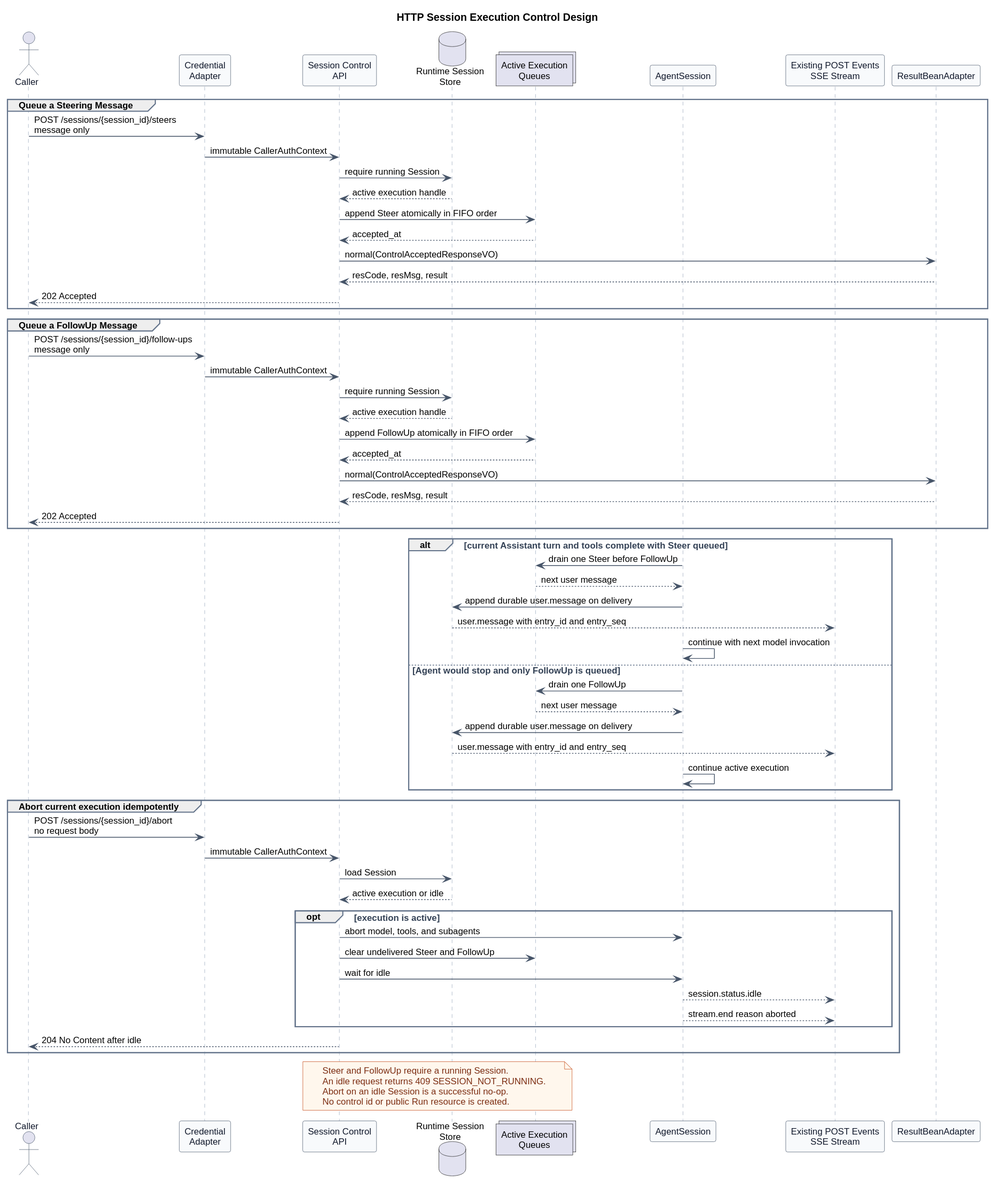
Earlier version of the PlantUML export pi-mono-java-manager-driven-multi-agent-runtime/diagrams/execution-control/http_session_execution_controls.svg (ssm0808/pi-mono-java-design).
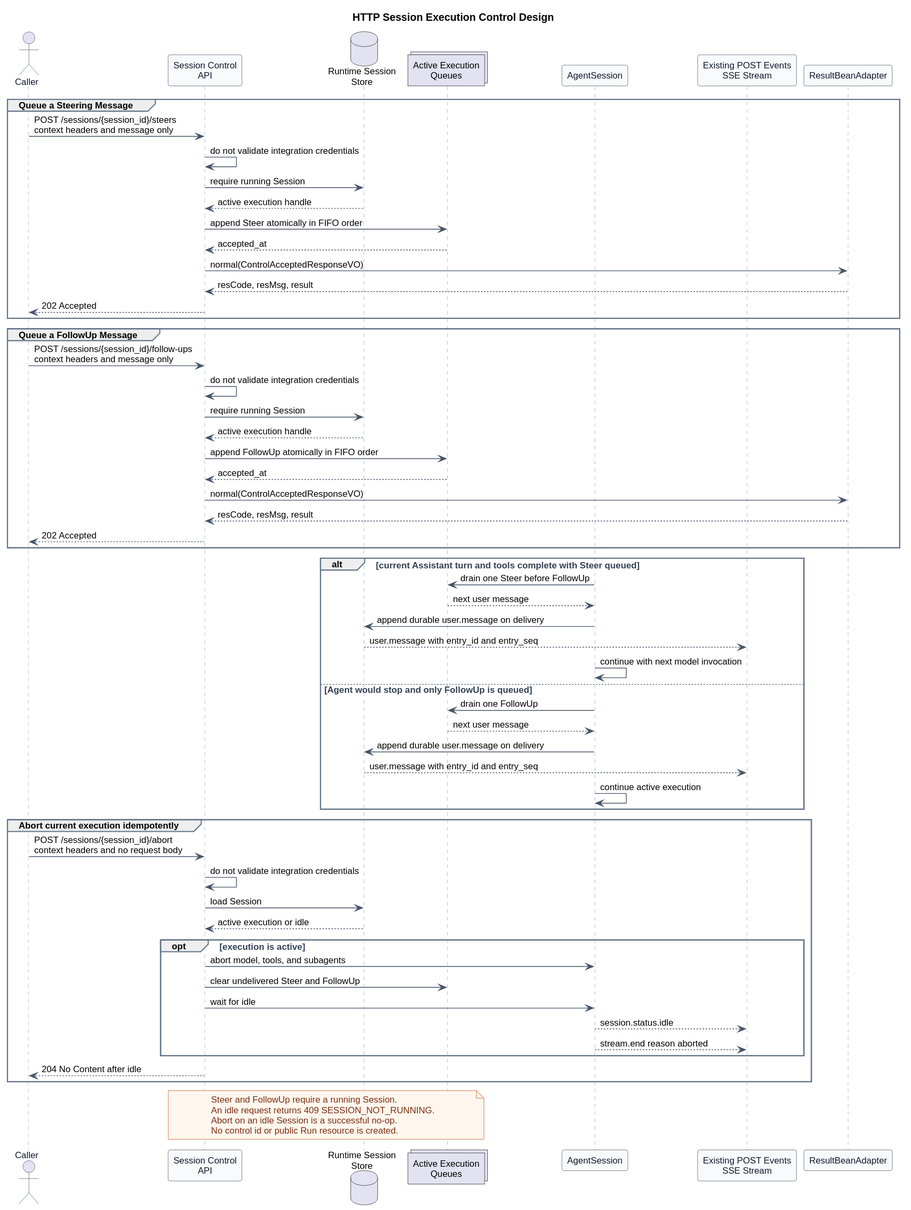
After the commit.

What changed in the source:
```diff
@@ -25,7 +25,6 @@
 }
 
 actor Caller
-participant "Credential\nAdapter" as Auth
 participant "Session Control\nAPI" as API
 database "Runtime Session\nStore" as Store
 collections "Active Execution\nQueues" as Queue
@@ -34,8 +33,8 @@
 participant ResultBeanAdapter
 
 group Queue a Steering Message
-  Caller -> Auth : POST /sessions/{session_id}/steers\nmessage only
-  Auth -> API : immutable CallerAuthContext
+  Caller -> API : POST /sessions/{session_id}/steers\ncontext headers and message only
+  API -> API : do not validate integration credentials
   API -> Store : require running Session
   Store --> API : active execution handle
   API -> Queue : append Steer atomically in FIFO order
@@ -46,8 +45,8 @@
 end
 
 group Queue a FollowUp Message
-  Caller -> Auth : POST /sessions/{session_id}/follow-ups\nmessage only
-  Auth -> API : immutable CallerAuthContext
+  Caller -> API : POST /sessions/{session_id}/follow-ups\ncontext headers and message only
+  API -> API : do not validate integration credentials
   API -> Store : require running Session
   Store --> API : active execution handle
   API -> Queue : append FollowUp atomically in FIFO order
@@ -72,8 +71,8 @@
 end
 
 group Abort current execution idempotently
-  Caller -> Auth : POST /sessions/{session_id}/abort\nno request body
-  Auth -> API : immutable CallerAuthContext
+  Caller -> API : POST /sessions/{session_id}/abort\ncontext headers and no request body
+  API -> API : do not validate integration credentials
   API -> Store : load Session
   Store --> API : active execution or idle
   opt execution is active
```
